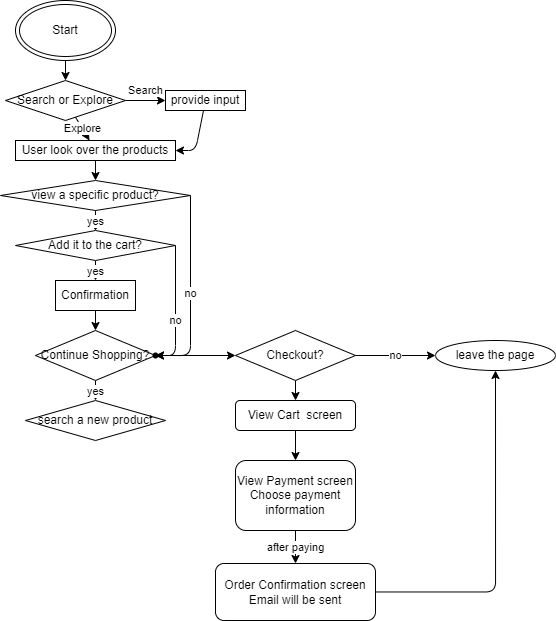
bkim9/fa22-cse110-lab4 keeps this draw.io diagram as explore/diagramming/diagram.drawio.png. Above is the earlier version. Source tidied: cells renumbered, new cells last; positions are measured from the earlier drawing's top-left corner, leaving out a move shared by most shapes. Source of this version:
```xml
<mxGraphModel>
  <root>
    <mxCell id="0" />
    <mxCell id="1" parent="0" />
    <mxCell id="2" style="edgeStyle=none;html=1;" parent="1" edge="1" source="3" target="6">
      <mxGeometry relative="1" as="geometry" />
    </mxCell>
    <mxCell id="3" value="Start" style="ellipse;shape=doubleEllipse;whiteSpace=wrap;html=1;" parent="1" vertex="1">
      <mxGeometry x="15" width="100" height="60" as="geometry" />
    </mxCell>
    <mxCell id="4" value="Search" style="edgeStyle=none;html=1;" parent="1" edge="1" source="6" target="8">
      <mxGeometry y="10" relative="1" as="geometry" />
    </mxCell>
    <mxCell id="5" value="Explore" style="edgeStyle=none;html=1;" parent="1" edge="1" source="6" target="10">
      <mxGeometry relative="1" as="geometry" />
    </mxCell>
    <mxCell id="6" value="Search or Explore" style="rhombus;whiteSpace=wrap;html=1;" parent="1" vertex="1">
      <mxGeometry x="5" y="80" width="120" height="40" as="geometry" />
    </mxCell>
    <mxCell id="7" style="edgeStyle=none;html=1;" parent="1" edge="1" source="8" target="10">
      <mxGeometry relative="1" as="geometry">
        <Array as="points">
          <mxPoint x="195" y="150" />
        </Array>
      </mxGeometry>
    </mxCell>
    <mxCell id="8" value="provide input" style="whiteSpace=wrap;html=1;" parent="1" vertex="1">
      <mxGeometry x="165" y="90" width="80" height="20" as="geometry" />
    </mxCell>
    <mxCell id="9" style="edgeStyle=none;html=1;" parent="1" edge="1" source="10" target="14">
      <mxGeometry relative="1" as="geometry" />
    </mxCell>
    <mxCell id="10" value="User look over the products" style="whiteSpace=wrap;html=1;" parent="1" vertex="1">
      <mxGeometry x="15" y="140" width="160" height="20" as="geometry" />
    </mxCell>
    <mxCell id="11" style="edgeStyle=none;html=1;" parent="1" edge="1" source="14" target="17">
      <mxGeometry relative="1" as="geometry" />
    </mxCell>
    <mxCell id="12" value="yes" style="edgeStyle=none;html=1;" parent="1" edge="1" source="14" target="17">
      <mxGeometry relative="1" as="geometry" />
    </mxCell>
    <mxCell id="13" value="no" style="edgeStyle=orthogonalEdgeStyle;html=1;exitX=1;exitY=0.5;exitDx=0;exitDy=0;" parent="1" edge="1" source="14" target="23">
      <mxGeometry relative="1" as="geometry">
        <Array as="points">
          <mxPoint x="190" y="355" />
        </Array>
      </mxGeometry>
    </mxCell>
    <mxCell id="14" value="view a specific product?" style="rhombus;whiteSpace=wrap;html=1;" parent="1" vertex="1">
      <mxGeometry y="180" width="190" height="30" as="geometry" />
    </mxCell>
    <mxCell id="15" value="yes" style="edgeStyle=none;html=1;" parent="1" edge="1" source="17" target="19">
      <mxGeometry relative="1" as="geometry" />
    </mxCell>
    <mxCell id="16" value="no" style="edgeStyle=none;html=1;exitX=1;exitY=0.5;exitDx=0;exitDy=0;entryX=1;entryY=0.5;entryDx=0;entryDy=0;" parent="1" edge="1" source="17" target="22">
      <mxGeometry x="0.15" relative="1" as="geometry">
        <Array as="points">
          <mxPoint x="175" y="355" />
        </Array>
      </mxGeometry>
    </mxCell>
    <mxCell id="17" value="Add it to the cart?" style="rhombus;whiteSpace=wrap;html=1;" parent="1" vertex="1">
      <mxGeometry x="15" y="230" width="160" height="30" as="geometry" />
    </mxCell>
    <mxCell id="18" style="edgeStyle=none;html=1;" parent="1" edge="1" source="19" target="22">
      <mxGeometry relative="1" as="geometry" />
    </mxCell>
    <mxCell id="19" value="Confirmation" style="whiteSpace=wrap;html=1;" parent="1" vertex="1">
      <mxGeometry x="55" y="280" width="80" height="30" as="geometry" />
    </mxCell>
    <mxCell id="20" value="yes" style="edgeStyle=orthogonalEdgeStyle;html=1;" parent="1" edge="1" source="22" target="24">
      <mxGeometry relative="1" as="geometry" />
    </mxCell>
    <mxCell id="21" style="edgeStyle=orthogonalEdgeStyle;html=1;" parent="1" edge="1" source="22" target="27">
      <mxGeometry relative="1" as="geometry" />
    </mxCell>
    <mxCell id="22" value="Continue Shopping?" style="rhombus;whiteSpace=wrap;html=1;" parent="1" vertex="1">
      <mxGeometry x="35" y="330" width="120" height="50" as="geometry" />
    </mxCell>
    <mxCell id="23" style="shape=waypoint;sketch=0;size=6;points=[];fillColor=default;perimeter=centerPerimeter;snapToPoint=1;" parent="1" vertex="1">
      <mxGeometry x="135" y="335" width="40" height="40" as="geometry" />
    </mxCell>
    <mxCell id="24" value="search a new product" style="rhombus;whiteSpace=wrap;html=1;" parent="1" vertex="1">
      <mxGeometry x="25" y="400" width="140" height="40" as="geometry" />
    </mxCell>
    <mxCell id="25" value="no" style="edgeStyle=orthogonalEdgeStyle;html=1;" parent="1" edge="1" source="27" target="28">
      <mxGeometry relative="1" as="geometry" />
    </mxCell>
    <mxCell id="26" style="edgeStyle=orthogonalEdgeStyle;html=1;" parent="1" edge="1" source="27" target="30">
      <mxGeometry relative="1" as="geometry" />
    </mxCell>
    <mxCell id="27" value="Checkout?" style="rhombus;whiteSpace=wrap;html=1;" parent="1" vertex="1">
      <mxGeometry x="235" y="330" width="120" height="50" as="geometry" />
    </mxCell>
    <mxCell id="28" value="leave the page" style="ellipse;whiteSpace=wrap;html=1;" parent="1" vertex="1">
      <mxGeometry x="435" y="340" width="120" height="30" as="geometry" />
    </mxCell>
    <mxCell id="29" style="edgeStyle=orthogonalEdgeStyle;html=1;" parent="1" edge="1" source="30" target="32">
      <mxGeometry relative="1" as="geometry" />
    </mxCell>
    <mxCell id="30" value="View Cart&amp;nbsp; screen" style="rounded=1;whiteSpace=wrap;html=1;" parent="1" vertex="1">
      <mxGeometry x="235" y="400" width="120" height="30" as="geometry" />
    </mxCell>
    <mxCell id="31" value="after paying" style="edgeStyle=orthogonalEdgeStyle;html=1;" parent="1" edge="1" source="32" target="34">
      <mxGeometry relative="1" as="geometry" />
    </mxCell>
    <mxCell id="32" value="View Payment screen&lt;br&gt;Choose payment information" style="rounded=1;whiteSpace=wrap;html=1;" parent="1" vertex="1">
      <mxGeometry x="235" y="460" width="120" height="70" as="geometry" />
    </mxCell>
    <mxCell id="33" style="edgeStyle=orthogonalEdgeStyle;html=1;" parent="1" edge="1" source="34" target="28">
      <mxGeometry relative="1" as="geometry" />
    </mxCell>
    <mxCell id="34" value="Order Confirmation screen&lt;br&gt;Email will be sent" style="whiteSpace=wrap;html=1;rounded=1;" parent="1" vertex="1">
      <mxGeometry x="215" y="563" width="160" height="57" as="geometry" />
    </mxCell>
  </root>
</mxGraphModel>
```
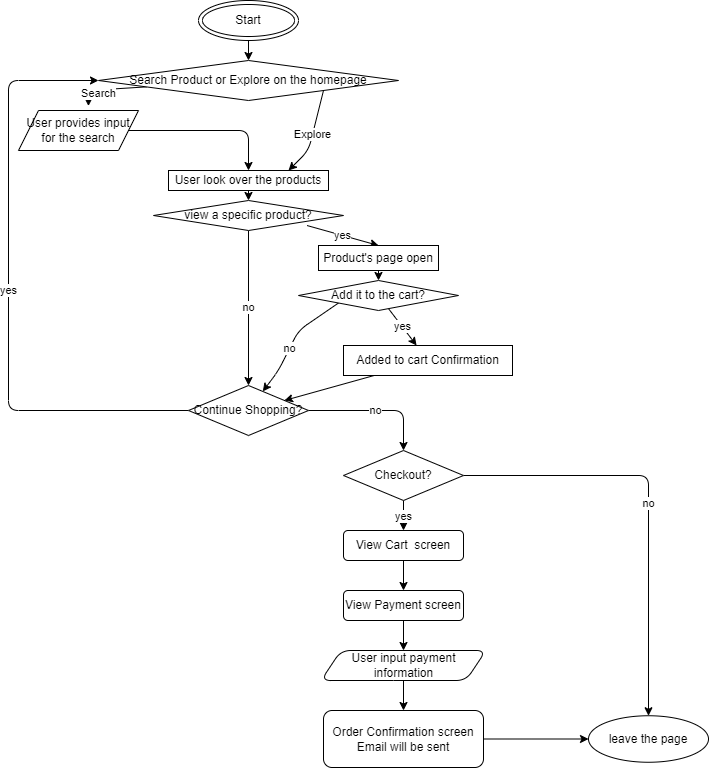
The same diagram one commit later.

Commit message:
flow chart done

Change to the diagram source:
```diff
@@ -6,112 +6,125 @@
       <mxGeometry relative="1" as="geometry" />
     </mxCell>
     <mxCell id="3" value="Start" style="ellipse;shape=doubleEllipse;whiteSpace=wrap;html=1;" parent="1" vertex="1">
-      <mxGeometry x="15" width="100" height="60" as="geometry" />
+      <mxGeometry x="225" y="-10" width="100" height="40" as="geometry" />
     </mxCell>
-    <mxCell id="4" value="Search" style="edgeStyle=none;html=1;" parent="1" edge="1" source="6" target="8">
-      <mxGeometry y="10" relative="1" as="geometry" />
+    <mxCell id="4" value="Search" style="edgeStyle=none;html=1;entryX=0.583;entryY=-0.111;entryDx=0;entryDy=0;entryPerimeter=0;" parent="1" edge="1" source="6" target="37">
+      <mxGeometry x="0.3" y="4" relative="1" as="geometry">
+        <Array as="points">
+          <mxPoint x="115" y="80" />
+        </Array>
+      </mxGeometry>
     </mxCell>
-    <mxCell id="5" value="Explore" style="edgeStyle=none;html=1;" parent="1" edge="1" source="6" target="10">
-      <mxGeometry relative="1" as="geometry" />
+    <mxCell id="5" value="Explore" style="edgeStyle=none;html=1;exitX=1;exitY=1;exitDx=0;exitDy=0;entryX=0.75;entryY=0;entryDx=0;entryDy=0;" parent="1" edge="1" source="6" target="10">
+      <mxGeometry relative="1" as="geometry">
+        <Array as="points">
+          <mxPoint x="335" y="140" />
+        </Array>
+      </mxGeometry>
     </mxCell>
-    <mxCell id="6" value="Search or Explore" style="rhombus;whiteSpace=wrap;html=1;" parent="1" vertex="1">
-      <mxGeometry x="5" y="80" width="120" height="40" as="geometry" />
+    <mxCell id="6" value="Search Product or Explore on the homepage" style="rhombus;whiteSpace=wrap;html=1;" parent="1" vertex="1">
+      <mxGeometry x="125" y="50" width="300" height="40" as="geometry" />
     </mxCell>
-    <mxCell id="7" style="edgeStyle=none;html=1;" parent="1" edge="1" source="8" target="10">
-      <mxGeometry relative="1" as="geometry">
-        <Array as="points">
-          <mxPoint x="195" y="150" />
-        </Array>
-      </mxGeometry>
-    </mxCell>
-    <mxCell id="8" value="provide input" style="whiteSpace=wrap;html=1;" parent="1" vertex="1">
-      <mxGeometry x="165" y="90" width="80" height="20" as="geometry" />
-    </mxCell>
     <mxCell id="9" style="edgeStyle=none;html=1;" parent="1" edge="1" source="10" target="14">
       <mxGeometry relative="1" as="geometry" />
     </mxCell>
     <mxCell id="10" value="User look over the products" style="whiteSpace=wrap;html=1;" parent="1" vertex="1">
-      <mxGeometry x="15" y="140" width="160" height="20" as="geometry" />
+      <mxGeometry x="195" y="160" width="160" height="20" as="geometry" />
     </mxCell>
-    <mxCell id="11" style="edgeStyle=none;html=1;" parent="1" edge="1" source="14" target="17">
-      <mxGeometry relative="1" as="geometry" />
-    </mxCell>
-    <mxCell id="12" value="yes" style="edgeStyle=none;html=1;" parent="1" edge="1" source="14" target="17">
+    <mxCell id="12" value="yes" style="edgeStyle=none;html=1;exitX=0.808;exitY=0.834;exitDx=0;exitDy=0;entryX=0.5;entryY=0;entryDx=0;entryDy=0;exitPerimeter=0;" parent="1" edge="1" source="14" target="39">
       <mxGeometry relative="1" as="geometry" />
     </mxCell>
-    <mxCell id="13" value="no" style="edgeStyle=orthogonalEdgeStyle;html=1;exitX=1;exitY=0.5;exitDx=0;exitDy=0;" parent="1" edge="1" source="14" target="23">
-      <mxGeometry relative="1" as="geometry">
-        <Array as="points">
-          <mxPoint x="190" y="355" />
-        </Array>
-      </mxGeometry>
+    <mxCell id="13" value="no" style="edgeStyle=none;html=1;entryX=0.5;entryY=0;entryDx=0;entryDy=0;" parent="1" edge="1" source="14" target="22">
+      <mxGeometry relative="1" as="geometry" />
     </mxCell>
     <mxCell id="14" value="view a specific product?" style="rhombus;whiteSpace=wrap;html=1;" parent="1" vertex="1">
-      <mxGeometry y="180" width="190" height="30" as="geometry" />
+      <mxGeometry x="180" y="190" width="190" height="30" as="geometry" />
     </mxCell>
     <mxCell id="15" value="yes" style="edgeStyle=none;html=1;" parent="1" edge="1" source="17" target="19">
       <mxGeometry relative="1" as="geometry" />
     </mxCell>
-    <mxCell id="16" value="no" style="edgeStyle=none;html=1;exitX=1;exitY=0.5;exitDx=0;exitDy=0;entryX=1;entryY=0.5;entryDx=0;entryDy=0;" parent="1" edge="1" source="17" target="22">
+    <mxCell id="16" value="no" style="edgeStyle=none;html=1;exitX=0;exitY=1;exitDx=0;exitDy=0;" parent="1" edge="1" source="17" target="22">
       <mxGeometry x="0.15" relative="1" as="geometry">
         <Array as="points">
-          <mxPoint x="175" y="355" />
+          <mxPoint x="325" y="320" />
+          <mxPoint x="305" y="360" />
         </Array>
       </mxGeometry>
     </mxCell>
     <mxCell id="17" value="Add it to the cart?" style="rhombus;whiteSpace=wrap;html=1;" parent="1" vertex="1">
-      <mxGeometry x="15" y="230" width="160" height="30" as="geometry" />
+      <mxGeometry x="325" y="270" width="160" height="30" as="geometry" />
     </mxCell>
     <mxCell id="18" style="edgeStyle=none;html=1;" parent="1" edge="1" source="19" target="22">
       <mxGeometry relative="1" as="geometry" />
     </mxCell>
-    <mxCell id="19" value="Confirmation" style="whiteSpace=wrap;html=1;" parent="1" vertex="1">
-      <mxGeometry x="55" y="280" width="80" height="30" as="geometry" />
+    <mxCell id="19" value="Added to cart Confirmation" style="whiteSpace=wrap;html=1;" parent="1" vertex="1">
+      <mxGeometry x="370" y="335" width="169" height="30" as="geometry" />
     </mxCell>
-    <mxCell id="20" value="yes" style="edgeStyle=orthogonalEdgeStyle;html=1;" parent="1" edge="1" source="22" target="24">
-      <mxGeometry relative="1" as="geometry" />
+    <mxCell id="20" value="yes" style="edgeStyle=orthogonalEdgeStyle;html=1;entryX=0;entryY=0.5;entryDx=0;entryDy=0;" parent="1" edge="1" source="22" target="6">
+      <mxGeometry relative="1" as="geometry">
+        <Array as="points">
+          <mxPoint x="35" y="400" />
+          <mxPoint x="35" y="70" />
+        </Array>
+      </mxGeometry>
     </mxCell>
-    <mxCell id="21" style="edgeStyle=orthogonalEdgeStyle;html=1;" parent="1" edge="1" source="22" target="27">
+    <mxCell id="21" value="no" style="edgeStyle=orthogonalEdgeStyle;html=1;" parent="1" edge="1" source="22" target="27">
       <mxGeometry relative="1" as="geometry" />
     </mxCell>
     <mxCell id="22" value="Continue Shopping?" style="rhombus;whiteSpace=wrap;html=1;" parent="1" vertex="1">
-      <mxGeometry x="35" y="330" width="120" height="50" as="geometry" />
+      <mxGeometry x="215" y="375" width="120" height="50" as="geometry" />
     </mxCell>
-    <mxCell id="23" style="shape=waypoint;sketch=0;size=6;points=[];fillColor=default;perimeter=centerPerimeter;snapToPoint=1;" parent="1" vertex="1">
-      <mxGeometry x="135" y="335" width="40" height="40" as="geometry" />
-    </mxCell>
-    <mxCell id="24" value="search a new product" style="rhombus;whiteSpace=wrap;html=1;" parent="1" vertex="1">
-      <mxGeometry x="25" y="400" width="140" height="40" as="geometry" />
-    </mxCell>
     <mxCell id="25" value="no" style="edgeStyle=orthogonalEdgeStyle;html=1;" parent="1" edge="1" source="27" target="28">
       <mxGeometry relative="1" as="geometry" />
     </mxCell>
-    <mxCell id="26" style="edgeStyle=orthogonalEdgeStyle;html=1;" parent="1" edge="1" source="27" target="30">
+    <mxCell id="26" value="yes" style="edgeStyle=orthogonalEdgeStyle;html=1;" parent="1" edge="1" source="27" target="30">
       <mxGeometry relative="1" as="geometry" />
     </mxCell>
     <mxCell id="27" value="Checkout?" style="rhombus;whiteSpace=wrap;html=1;" parent="1" vertex="1">
-      <mxGeometry x="235" y="330" width="120" height="50" as="geometry" />
+      <mxGeometry x="370" y="440" width="120" height="50" as="geometry" />
     </mxCell>
     <mxCell id="28" value="leave the page" style="ellipse;whiteSpace=wrap;html=1;" parent="1" vertex="1">
-      <mxGeometry x="435" y="340" width="120" height="30" as="geometry" />
+      <mxGeometry x="615" y="705.2" width="120" height="46.5" as="geometry" />
     </mxCell>
     <mxCell id="29" style="edgeStyle=orthogonalEdgeStyle;html=1;" parent="1" edge="1" source="30" target="32">
       <mxGeometry relative="1" as="geometry" />
     </mxCell>
     <mxCell id="30" value="View Cart&amp;nbsp; screen" style="rounded=1;whiteSpace=wrap;html=1;" parent="1" vertex="1">
-      <mxGeometry x="235" y="400" width="120" height="30" as="geometry" />
+      <mxGeometry x="370" y="520" width="120" height="30" as="geometry" />
     </mxCell>
-    <mxCell id="31" value="after paying" style="edgeStyle=orthogonalEdgeStyle;html=1;" parent="1" edge="1" source="32" target="34">
-      <mxGeometry relative="1" as="geometry" />
-    </mxCell>
+    <mxCell id="35" style="edgeStyle=none;html=1;" parent="1" edge="1" source="32" target="41">
+      <mxGeometry relative="1" as="geometry" />
+    </mxCell>
-    <mxCell id="32" value="View Payment screen&lt;br&gt;Choose payment information" style="rounded=1;whiteSpace=wrap;html=1;" parent="1" vertex="1">
-      <mxGeometry x="235" y="460" width="120" height="70" as="geometry" />
+    <mxCell id="32" value="View Payment screen" style="rounded=1;whiteSpace=wrap;html=1;" parent="1" vertex="1">
+      <mxGeometry x="370" y="580" width="120" height="30" as="geometry" />
     </mxCell>
-    <mxCell id="33" style="edgeStyle=orthogonalEdgeStyle;html=1;" parent="1" edge="1" source="34" target="28">
+    <mxCell id="33" style="edgeStyle=none;html=1;entryX=0;entryY=0.5;entryDx=0;entryDy=0;exitX=1;exitY=0.5;exitDx=0;exitDy=0;" parent="1" edge="1" source="34" target="28">
       <mxGeometry relative="1" as="geometry" />
     </mxCell>
     <mxCell id="34" value="Order Confirmation screen&lt;br&gt;Email will be sent" style="whiteSpace=wrap;html=1;rounded=1;" parent="1" vertex="1">
-      <mxGeometry x="215" y="563" width="160" height="57" as="geometry" />
+      <mxGeometry x="350" y="700" width="160" height="57" as="geometry" />
     </mxCell>
+    <mxCell id="36" style="edgeStyle=none;html=1;entryX=0.5;entryY=0;entryDx=0;entryDy=0;" parent="1" edge="1" source="37" target="10">
+      <mxGeometry relative="1" as="geometry">
+        <Array as="points">
+          <mxPoint x="275" y="120" />
+        </Array>
+      </mxGeometry>
+    </mxCell>
+    <mxCell id="37" value="User provides input for the search" style="shape=parallelogram;perimeter=parallelogramPerimeter;whiteSpace=wrap;html=1;fixedSize=1;" parent="1" vertex="1">
+      <mxGeometry x="45" y="100" width="120" height="40" as="geometry" />
+    </mxCell>
+    <mxCell id="38" style="edgeStyle=none;html=1;" parent="1" edge="1" source="39" target="17">
+      <mxGeometry relative="1" as="geometry" />
+    </mxCell>
+    <mxCell id="39" value="Product's page open" style="whiteSpace=wrap;html=1;" parent="1" vertex="1">
+      <mxGeometry x="345" y="235" width="120" height="25" as="geometry" />
+    </mxCell>
+    <mxCell id="40" style="edgeStyle=none;html=1;" parent="1" edge="1" source="41" target="34">
+      <mxGeometry relative="1" as="geometry" />
+    </mxCell>
+    <mxCell id="41" value="User input payment information" style="shape=parallelogram;perimeter=parallelogramPerimeter;whiteSpace=wrap;html=1;fixedSize=1;rounded=1;" parent="1" vertex="1">
+      <mxGeometry x="347.5" y="640" width="165" height="30" as="geometry" />
+    </mxCell>
   </root>
 </mxGraphModel>
```
